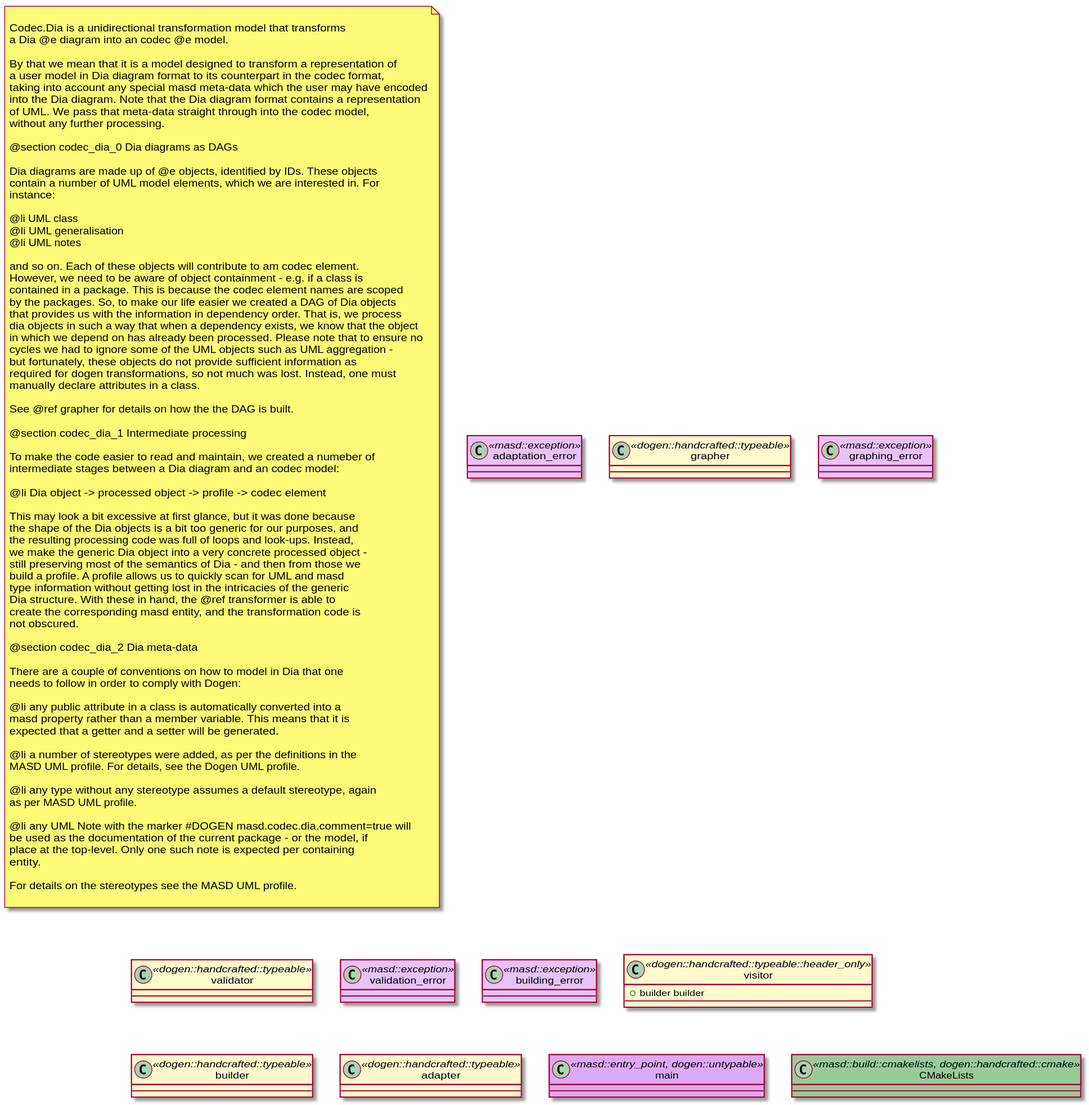
The PlantUML diagram projects/dogen.models/plantuml/dogen.codec.dia.svg in MASD-Project/dogen, before a commit.
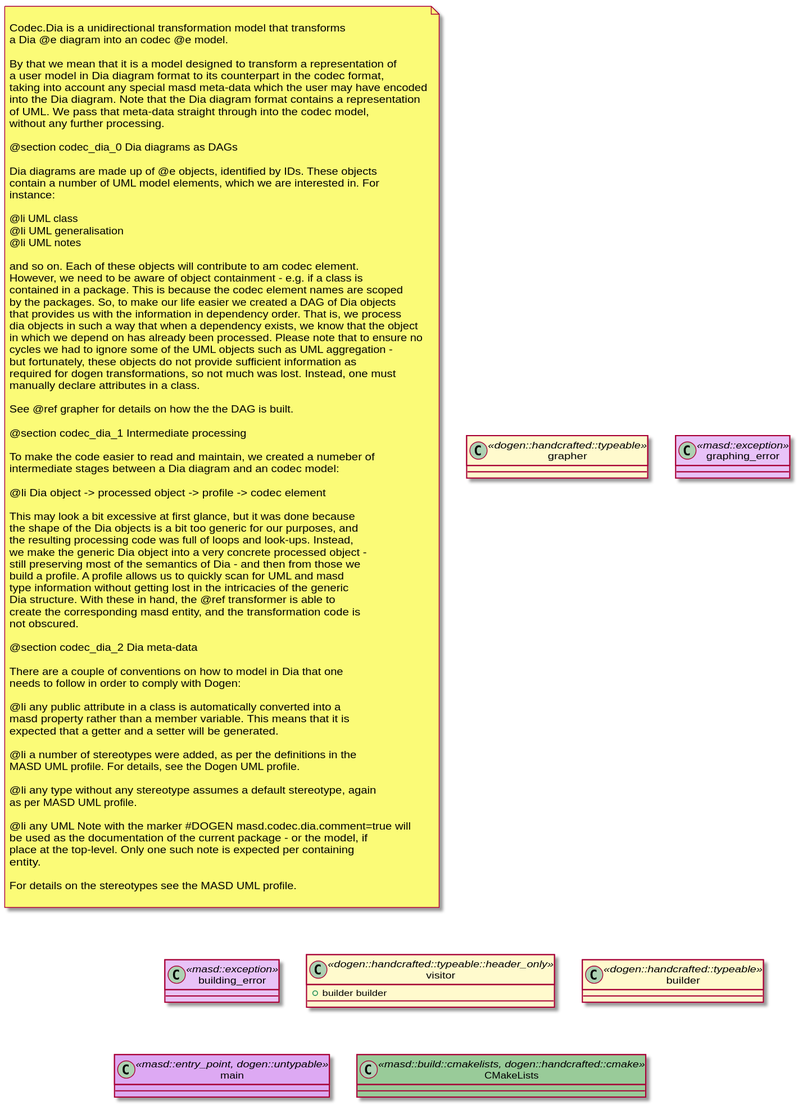
The same diagram one commit later.

Commit message:
codec.dia: remove validator and associated code

Change to the diagram source:
```diff
@@ -78,19 +78,10 @@
 
 end note
 
-class adaptation_error <<masd::exception>> #E8C2F8 {
-}
-
 class grapher <<dogen::handcrafted::typeable>> #FFFACD {
 }
 
 class graphing_error <<masd::exception>> #E8C2F8 {
-}
-
-class validator <<dogen::handcrafted::typeable>> #FFFACD {
-}
-
-class validation_error <<masd::exception>> #E8C2F8 {
 }
 
 class building_error <<masd::exception>> #E8C2F8 {
@@ -103,9 +94,6 @@
 class builder <<dogen::handcrafted::typeable>> #FFFACD {
 }
 
-class adapter <<dogen::handcrafted::typeable>> #FFFACD {
-}
-
 class main <<masd::entry_point, dogen::untypable>> #DDA9F3 {
 }
 
```
